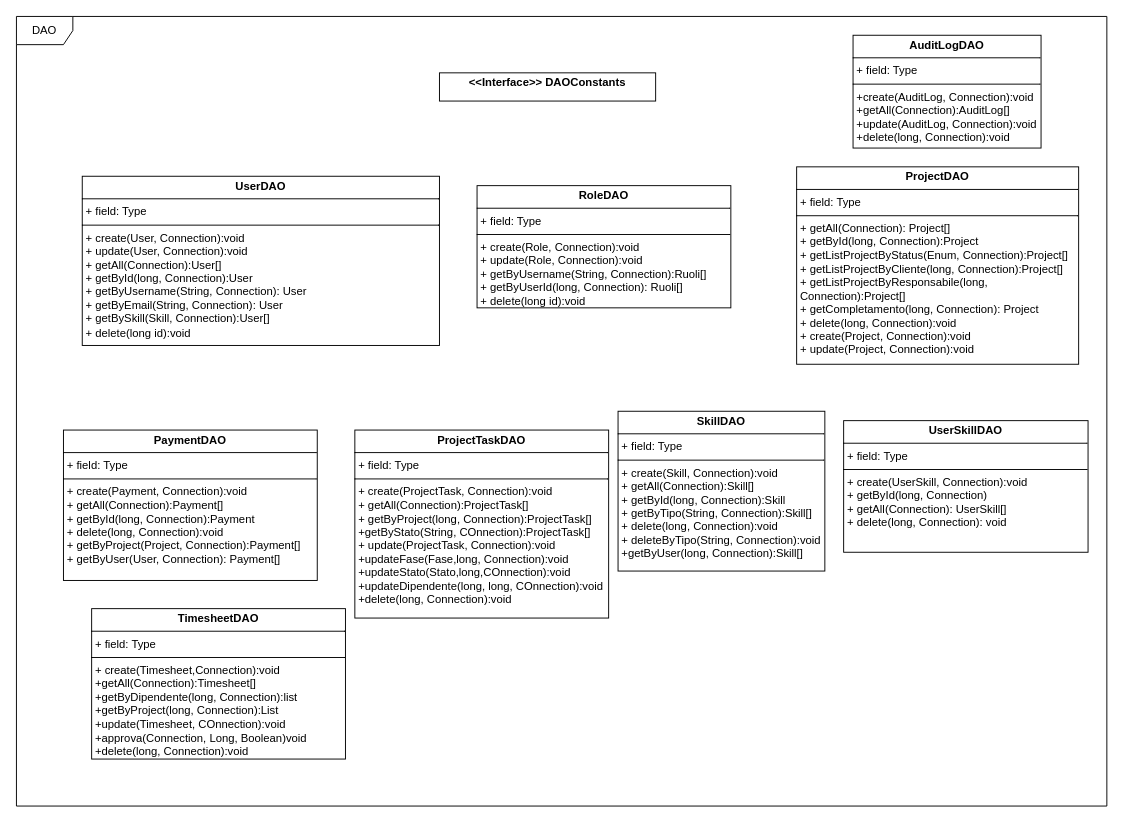
This is page "DAO" (1 of 2) of gestione_progetti_uml.drawio from davide-vigano-tas/gestione_progetti, a draw.io file, before an edit. Source tidied: cells renumbered, new cells numbered last; positions are measured from the earlier drawing's top-left corner, leaving out a move shared by most shapes. Both pictures are drawn from the tidied source at 94%, with x=0, y=0 at pixel (16, 16).
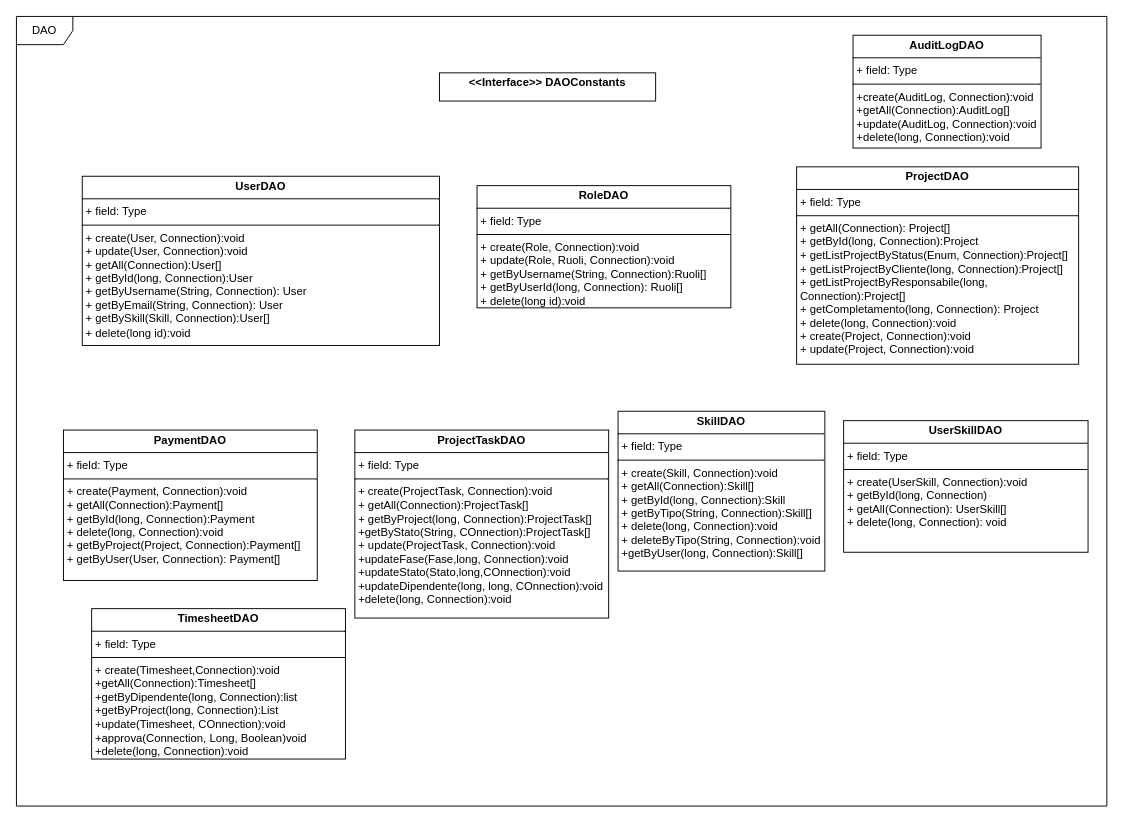
The same diagram, later.

Diff of the diagram source:
```diff
@@
 <mxGraphModel>
   <root>
     <mxCell id="0" />
     <mxCell id="1" parent="0" />
     <mxCell id="2" value="&lt;p style=&quot;margin:0px;margin-top:4px;text-align:center;&quot;&gt;&lt;b style=&quot;background-color: light-dark(#ffffff, var(--ge-dark-color, #121212));&quot;&gt;&lt;font style=&quot;color: rgb(0, 0, 0);&quot;&gt;UserDAO&lt;/font&gt;&lt;/b&gt;&lt;/p&gt;&lt;hr size=&quot;1&quot; style=&quot;border-style:solid;&quot;&gt;&lt;p style=&quot;margin:0px;margin-left:4px;&quot;&gt;+ field: Type&lt;/p&gt;&lt;hr size=&quot;1&quot; style=&quot;border-style:solid;&quot;&gt;&lt;p style=&quot;margin:0px;margin-left:4px;&quot;&gt;+ create(User, Connection):void&lt;/p&gt;&lt;p style=&quot;margin:0px;margin-left:4px;&quot;&gt;+ update(User, Connection):void&lt;/p&gt;&lt;p style=&quot;margin:0px;margin-left:4px;&quot;&gt;+ getAll(Connection):User[]&lt;/p&gt;&lt;p style=&quot;margin:0px;margin-left:4px;&quot;&gt;+ getById(long, Connection):User&lt;/p&gt;&lt;p style=&quot;margin:0px;margin-left:4px;&quot;&gt;+ getByUsername(String, Connection): User&lt;/p&gt;&lt;p style=&quot;margin:0px;margin-left:4px;&quot;&gt;+&amp;nbsp;&lt;span style=&quot;background-color: transparent; color: light-dark(rgb(0, 0, 0), rgb(255, 255, 255));&quot;&gt;getByEmail(String, Connection): User&lt;/span&gt;&lt;/p&gt;&lt;p style=&quot;margin:0px;margin-left:4px;&quot;&gt;+ getBySkill(Skill, Connection):User[]&lt;/p&gt;&lt;p style=&quot;margin:0px;margin-left:4px;&quot;&gt;+ delete(long id):void&lt;/p&gt;" style="verticalAlign=top;align=left;overflow=fill;html=1;whiteSpace=wrap;" parent="1" vertex="1">
       <mxGeometry x="70" y="170" width="380" height="180" as="geometry" />
     </mxCell>
     <mxCell id="3" value="DAO" style="shape=umlFrame;whiteSpace=wrap;html=1;" parent="1" vertex="1">
       <mxGeometry width="1160" height="840" as="geometry" />
     </mxCell>
-    <mxCell id="4" value="&lt;p style=&quot;margin:0px;margin-top:4px;text-align:center;&quot;&gt;&lt;b&gt;RoleDAO&lt;/b&gt;&lt;/p&gt;&lt;hr size=&quot;1&quot; style=&quot;border-style:solid;&quot;&gt;&lt;p style=&quot;margin:0px;margin-left:4px;&quot;&gt;+ field: Type&lt;/p&gt;&lt;hr size=&quot;1&quot; style=&quot;border-style:solid;&quot;&gt;&lt;p style=&quot;margin:0px;margin-left:4px;&quot;&gt;+ create(Role, Connection):void&lt;/p&gt;&lt;p style=&quot;margin:0px;margin-left:4px;&quot;&gt;+ update(Role, Connection):void&lt;/p&gt;&lt;p style=&quot;margin:0px;margin-left:4px;&quot;&gt;+ getByUsername(String, Connection):Ruoli[]&lt;/p&gt;&lt;p style=&quot;margin:0px;margin-left:4px;&quot;&gt;+ getByUserId(long, Connection): Ruoli[]&lt;/p&gt;&lt;p style=&quot;margin:0px;margin-left:4px;&quot;&gt;+ delete(long id):void&lt;/p&gt;" style="verticalAlign=top;align=left;overflow=fill;html=1;whiteSpace=wrap;" parent="1" vertex="1">
+    <mxCell id="4" value="&lt;p style=&quot;margin:0px;margin-top:4px;text-align:center;&quot;&gt;&lt;b&gt;RoleDAO&lt;/b&gt;&lt;/p&gt;&lt;hr size=&quot;1&quot; style=&quot;border-style:solid;&quot;&gt;&lt;p style=&quot;margin:0px;margin-left:4px;&quot;&gt;+ field: Type&lt;/p&gt;&lt;hr size=&quot;1&quot; style=&quot;border-style:solid;&quot;&gt;&lt;p style=&quot;margin:0px;margin-left:4px;&quot;&gt;+ create(Role, Connection):void&lt;/p&gt;&lt;p style=&quot;margin:0px;margin-left:4px;&quot;&gt;+ update(Role, Ruoli, Connection):void&lt;/p&gt;&lt;p style=&quot;margin:0px;margin-left:4px;&quot;&gt;+ getByUsername(String, Connection):Ruoli[]&lt;/p&gt;&lt;p style=&quot;margin:0px;margin-left:4px;&quot;&gt;+ getByUserId(long, Connection): Ruoli[]&lt;/p&gt;&lt;p style=&quot;margin:0px;margin-left:4px;&quot;&gt;+ delete(long id):void&lt;/p&gt;" style="verticalAlign=top;align=left;overflow=fill;html=1;whiteSpace=wrap;" parent="1" vertex="1">
       <mxGeometry x="490" y="180" width="270" height="130" as="geometry" />
     </mxCell>
     <mxCell id="5" value="&lt;p style=&quot;margin:0px;margin-top:4px;text-align:center;&quot;&gt;&lt;span style=&quot;background-color: rgb(255, 255, 255);&quot;&gt;&lt;b&gt;AuditLogDAO&lt;/b&gt;&lt;/span&gt;&lt;/p&gt;&lt;hr size=&quot;1&quot; style=&quot;border-style:solid;&quot;&gt;&lt;p style=&quot;margin:0px;margin-left:4px;&quot;&gt;+ field: Type&lt;/p&gt;&lt;hr size=&quot;1&quot; style=&quot;border-style:solid;&quot;&gt;&lt;p style=&quot;margin:0px;margin-left:4px;&quot;&gt;+create(AuditLog, Connection):void&lt;/p&gt;&lt;p style=&quot;margin:0px;margin-left:4px;&quot;&gt;+getAll(Connection):AuditLog[]&lt;/p&gt;&lt;p style=&quot;margin:0px;margin-left:4px;&quot;&gt;+update(AuditLog, Connection):void&lt;/p&gt;&lt;p style=&quot;margin:0px;margin-left:4px;&quot;&gt;+delete(long, Connection):void&lt;/p&gt;" style="verticalAlign=top;align=left;overflow=fill;html=1;whiteSpace=wrap;" parent="1" vertex="1">
       <mxGeometry x="890" y="20" width="200" height="120" as="geometry" />
     </mxCell>
     <mxCell id="6" value="&lt;p style=&quot;margin:0px;margin-top:4px;text-align:center;&quot;&gt;&lt;b style=&quot;background-color: light-dark(#ffffff, var(--ge-dark-color, #121212));&quot;&gt;&lt;font style=&quot;color: rgb(0, 0, 0);&quot;&gt;PaymentDAO&lt;/font&gt;&lt;/b&gt;&lt;/p&gt;&lt;hr size=&quot;1&quot; style=&quot;border-style:solid;&quot;&gt;&lt;p style=&quot;margin:0px;margin-left:4px;&quot;&gt;+ field: Type&lt;/p&gt;&lt;hr size=&quot;1&quot; style=&quot;border-style:solid;&quot;&gt;&lt;p style=&quot;margin:0px;margin-left:4px;&quot;&gt;+ create(Payment, Connection):void&lt;/p&gt;&lt;p style=&quot;margin:0px;margin-left:4px;&quot;&gt;+ getAll(Connection):Payment[]&lt;/p&gt;&lt;p style=&quot;margin:0px;margin-left:4px;&quot;&gt;+ getById(long, Connection):Payment&lt;/p&gt;&lt;p style=&quot;margin:0px;margin-left:4px;&quot;&gt;+ delete(long, Connection):void&lt;/p&gt;&lt;p style=&quot;margin:0px;margin-left:4px;&quot;&gt;+ getByProject(Project, Connection):Payment[]&lt;/p&gt;&lt;p style=&quot;margin:0px;margin-left:4px;&quot;&gt;+ getByUser(User, Connection): Payment[]&lt;/p&gt;&lt;p style=&quot;margin:0px;margin-left:4px;&quot;&gt;&lt;br&gt;&lt;/p&gt;" style="verticalAlign=top;align=left;overflow=fill;html=1;whiteSpace=wrap;" parent="1" vertex="1">
       <mxGeometry x="50" y="440" width="270" height="160" as="geometry" />
     </mxCell>
     <mxCell id="7" value="&lt;p style=&quot;margin:0px;margin-top:4px;text-align:center;&quot;&gt;&lt;span style=&quot;background-color: rgb(255, 255, 255);&quot;&gt;&lt;b&gt;ProjectTaskDAO&lt;/b&gt;&lt;/span&gt;&lt;/p&gt;&lt;hr size=&quot;1&quot; style=&quot;border-style:solid;&quot;&gt;&lt;p style=&quot;margin:0px;margin-left:4px;&quot;&gt;+ field: Type&lt;/p&gt;&lt;hr size=&quot;1&quot; style=&quot;border-style:solid;&quot;&gt;&lt;p style=&quot;margin:0px;margin-left:4px;&quot;&gt;+ create(ProjectTask, Connection):void&lt;/p&gt;&lt;p style=&quot;margin:0px;margin-left:4px;&quot;&gt;+ getAll(Connection):ProjectTask[]&lt;/p&gt;&lt;p style=&quot;margin:0px;margin-left:4px;&quot;&gt;+ getByProject(long, Connection):ProjectTask[]&lt;/p&gt;&lt;p style=&quot;margin:0px;margin-left:4px;&quot;&gt;+getByStato(String, COnnection):ProjectTask[]&lt;/p&gt;&lt;p style=&quot;margin:0px;margin-left:4px;&quot;&gt;+ update(ProjectTask, Connection):void&lt;/p&gt;&lt;p style=&quot;margin:0px;margin-left:4px;&quot;&gt;+updateFase(Fase,long, Connection):void&lt;/p&gt;&lt;p style=&quot;margin:0px;margin-left:4px;&quot;&gt;+updateStato(Stato,long,COnnection):void&lt;/p&gt;&lt;p style=&quot;margin:0px;margin-left:4px;&quot;&gt;+updateDipendente(long, long, COnnection):void&lt;/p&gt;&lt;p style=&quot;margin:0px;margin-left:4px;&quot;&gt;+delete(long, Connection):void&lt;/p&gt;" style="verticalAlign=top;align=left;overflow=fill;html=1;whiteSpace=wrap;" parent="1" vertex="1">
       <mxGeometry x="360" y="440" width="270" height="200" as="geometry" />
     </mxCell>
     <mxCell id="8" value="&lt;p style=&quot;margin:0px;margin-top:4px;text-align:center;&quot;&gt;&lt;b style=&quot;background-color: light-dark(#ffffff, var(--ge-dark-color, #121212));&quot;&gt;&lt;font style=&quot;color: rgb(0, 0, 0);&quot;&gt;SkillDAO&lt;/font&gt;&lt;/b&gt;&lt;/p&gt;&lt;hr size=&quot;1&quot; style=&quot;border-style:solid;&quot;&gt;&lt;p style=&quot;margin:0px;margin-left:4px;&quot;&gt;+ field: Type&lt;/p&gt;&lt;hr size=&quot;1&quot; style=&quot;border-style:solid;&quot;&gt;&lt;p style=&quot;margin:0px;margin-left:4px;&quot;&gt;+ create(Skill, Connection):void&lt;/p&gt;&lt;p style=&quot;margin:0px;margin-left:4px;&quot;&gt;+ getAll(Connection):Skill[]&lt;/p&gt;&lt;p style=&quot;margin:0px;margin-left:4px;&quot;&gt;+ getById(long, Connection):Skill&lt;/p&gt;&lt;p style=&quot;margin:0px;margin-left:4px;&quot;&gt;+ getByTipo(String, Connection):Skill[]&lt;/p&gt;&lt;p style=&quot;margin:0px;margin-left:4px;&quot;&gt;+ delete(long, Connection):void&lt;/p&gt;&lt;p style=&quot;margin:0px;margin-left:4px;&quot;&gt;+ deleteByTipo(String, Connection):void&lt;/p&gt;&lt;p style=&quot;margin:0px;margin-left:4px;&quot;&gt;+getByUser(long, Connection):Skill[]&lt;/p&gt;" style="verticalAlign=top;align=left;overflow=fill;html=1;whiteSpace=wrap;" parent="1" vertex="1">
       <mxGeometry x="640" y="420" width="220" height="170" as="geometry" />
     </mxCell>
     <mxCell id="9" value="&lt;p style=&quot;margin:0px;margin-top:4px;text-align:center;&quot;&gt;&lt;b style=&quot;background-color: light-dark(#ffffff, var(--ge-dark-color, #121212));&quot;&gt;&lt;font style=&quot;color: rgb(0, 0, 0);&quot;&gt;UserSkillDAO&lt;/font&gt;&lt;/b&gt;&lt;/p&gt;&lt;hr size=&quot;1&quot; style=&quot;border-style:solid;&quot;&gt;&lt;p style=&quot;margin:0px;margin-left:4px;&quot;&gt;+ field: Type&lt;/p&gt;&lt;hr size=&quot;1&quot; style=&quot;border-style:solid;&quot;&gt;&lt;p style=&quot;margin:0px;margin-left:4px;&quot;&gt;+ create(UserSkill, Connection):void&lt;/p&gt;&lt;p style=&quot;margin:0px;margin-left:4px;&quot;&gt;+ getById(long, Connection)&lt;/p&gt;&lt;p style=&quot;margin:0px;margin-left:4px;&quot;&gt;+ getAll(Connection): UserSkill[]&lt;/p&gt;&lt;p style=&quot;margin:0px;margin-left:4px;&quot;&gt;+ delete(long, Connection): void&lt;/p&gt;" style="verticalAlign=top;align=left;overflow=fill;html=1;whiteSpace=wrap;" parent="1" vertex="1">
       <mxGeometry x="880" y="430" width="260" height="140" as="geometry" />
     </mxCell>
     <mxCell id="10" value="&lt;p style=&quot;margin:0px;margin-top:4px;text-align:center;&quot;&gt;&lt;span style=&quot;background-color: rgb(255, 255, 255);&quot;&gt;&lt;b&gt;TimesheetDAO&lt;/b&gt;&lt;/span&gt;&lt;/p&gt;&lt;hr size=&quot;1&quot; style=&quot;border-style:solid;&quot;&gt;&lt;p style=&quot;margin:0px;margin-left:4px;&quot;&gt;+ field: Type&lt;/p&gt;&lt;hr size=&quot;1&quot; style=&quot;border-style:solid;&quot;&gt;&lt;p style=&quot;margin:0px;margin-left:4px;&quot;&gt;+ create(Timesheet,Connection):void&lt;/p&gt;&lt;p style=&quot;margin:0px;margin-left:4px;&quot;&gt;+getAll(Connection):Timesheet[]&lt;/p&gt;&lt;p style=&quot;margin:0px;margin-left:4px;&quot;&gt;+getByDipendente(long, Connection):list&lt;/p&gt;&lt;p style=&quot;margin:0px;margin-left:4px;&quot;&gt;+getByProject(long, Connection):List&lt;/p&gt;&lt;p style=&quot;margin:0px;margin-left:4px;&quot;&gt;+update(Timesheet, COnnection):void&lt;/p&gt;&lt;p style=&quot;margin:0px;margin-left:4px;&quot;&gt;+approva(Connection, Long, Boolean)void&lt;/p&gt;&lt;p style=&quot;margin:0px;margin-left:4px;&quot;&gt;+delete(long, Connection):void&lt;/p&gt;" style="verticalAlign=top;align=left;overflow=fill;html=1;whiteSpace=wrap;" parent="1" vertex="1">
       <mxGeometry x="80" y="630" width="270" height="160" as="geometry" />
     </mxCell>
     <mxCell id="11" value="&lt;p style=&quot;margin:0px;margin-top:4px;text-align:center;&quot;&gt;&lt;b&gt;&amp;lt;&amp;lt;Interface&amp;gt;&amp;gt; DAOConstants&lt;/b&gt;&lt;/p&gt;" style="verticalAlign=top;align=left;overflow=fill;html=1;whiteSpace=wrap;" parent="1" vertex="1">
       <mxGeometry x="450" y="60" width="230" height="30" as="geometry" />
     </mxCell>
     <mxCell id="12" value="&lt;p style=&quot;margin:0px;margin-top:4px;text-align:center;&quot;&gt;&lt;b style=&quot;background-color: light-dark(#ffffff, var(--ge-dark-color, #121212));&quot;&gt;&lt;font style=&quot;color: rgb(0, 0, 0);&quot;&gt;ProjectDAO&lt;/font&gt;&lt;/b&gt;&lt;/p&gt;&lt;hr size=&quot;1&quot; style=&quot;border-style:solid;&quot;&gt;&lt;p style=&quot;margin:0px;margin-left:4px;&quot;&gt;+ field: Type&lt;/p&gt;&lt;hr size=&quot;1&quot; style=&quot;border-style:solid;&quot;&gt;&lt;p style=&quot;margin:0px;margin-left:4px;&quot;&gt;+ getAll(Connection): Project[]&lt;/p&gt;&lt;p style=&quot;margin: 0px 0px 0px 4px;&quot;&gt;+ getById(long, Connection):Project&lt;/p&gt;&lt;p style=&quot;margin: 0px 0px 0px 4px;&quot;&gt;+ getListProjectByStatus(Enum, Connection):Project[]&lt;/p&gt;&lt;p style=&quot;margin: 0px 0px 0px 4px;&quot;&gt;+ getListProjectByCliente(long, Connection):Project[]&lt;/p&gt;&lt;p style=&quot;margin: 0px 0px 0px 4px;&quot;&gt;+ getListProjectByResponsabile(long, Connection):Project[]&lt;/p&gt;&lt;p style=&quot;margin: 0px 0px 0px 4px;&quot;&gt;+ getCompletamento(long, Connection): Project&lt;/p&gt;&lt;p style=&quot;margin: 0px 0px 0px 4px;&quot;&gt;+&amp;nbsp;&lt;span style=&quot;background-color: transparent; color: light-dark(rgb(0, 0, 0), rgb(255, 255, 255));&quot;&gt;delete(long, Connection):void&lt;/span&gt;&lt;/p&gt;&lt;p style=&quot;margin: 0px 0px 0px 4px;&quot;&gt;&lt;span style=&quot;background-color: transparent; color: light-dark(rgb(0, 0, 0), rgb(255, 255, 255));&quot;&gt;+&amp;nbsp;&lt;/span&gt;&lt;span style=&quot;background-color: transparent; color: light-dark(rgb(0, 0, 0), rgb(255, 255, 255));&quot;&gt;create(Project, Connection):void&lt;/span&gt;&lt;/p&gt;&lt;p style=&quot;margin: 0px 0px 0px 4px;&quot;&gt;&lt;span style=&quot;color: light-dark(rgb(0, 0, 0), rgb(255, 255, 255)); background-color: transparent;&quot;&gt;+&amp;nbsp;&lt;/span&gt;&lt;span style=&quot;color: light-dark(rgb(0, 0, 0), rgb(255, 255, 255)); background-color: transparent;&quot;&gt;update(Project, Connection):void&lt;/span&gt;&lt;span style=&quot;background-color: transparent; color: light-dark(rgb(0, 0, 0), rgb(255, 255, 255));&quot;&gt;&lt;/span&gt;&lt;/p&gt;&lt;div&gt;&lt;br&gt;&lt;/div&gt;" style="verticalAlign=top;align=left;overflow=fill;html=1;whiteSpace=wrap;" parent="1" vertex="1">
       <mxGeometry x="830" y="160" width="300" height="210" as="geometry" />
     </mxCell>
   </root>
 </mxGraphModel>
```
